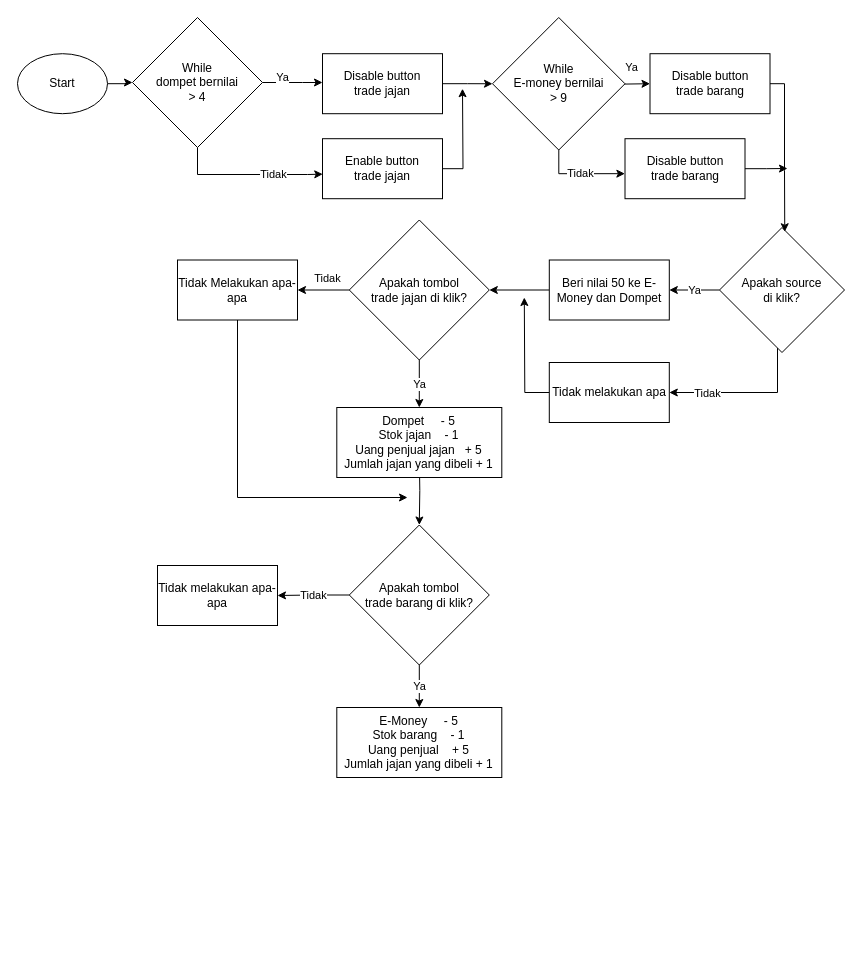
ArisHengkerPro/PENS keeps this draw.io diagram as Machination 2.drawio. Above is the earlier version. Source tidied: cells renumbered, new cells numbered last; positions are measured from the earlier drawing's top-left corner, leaving out a move shared by most shapes. Both pictures are drawn from the tidied source at 100%, with x=0, y=0 at pixel (17, 17).
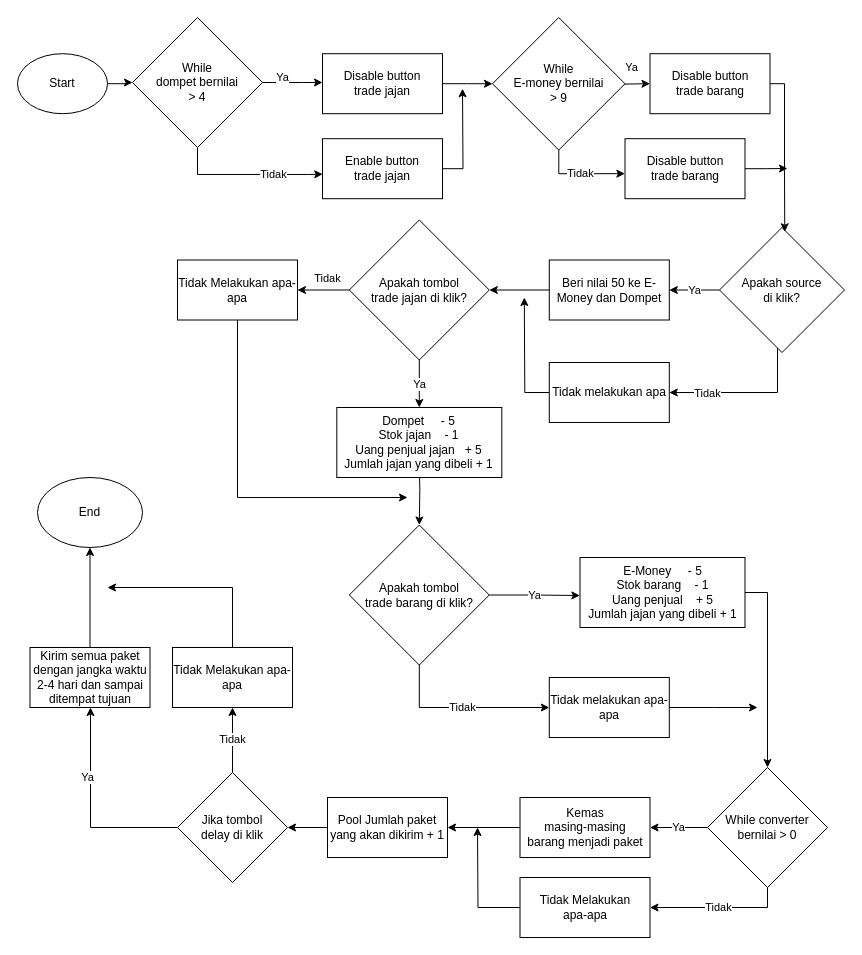
The same diagram, later.

What changed in the source:
```diff
@@
-    <mxCell id="33" value="Ya" style="edgeStyle=orthogonalEdgeStyle;rounded=0;jettySize=auto;html=1;entryX=0.5;entryY=0;entryDx=0;entryDy=0;" parent="1" edge="1" source="35" target="36">
+    <mxCell id="33" value="Ya" style="edgeStyle=orthogonalEdgeStyle;rounded=0;jettySize=auto;html=1;entryX=-0.001;entryY=0.543;entryDx=0;entryDy=0;entryPerimeter=0;" parent="1" edge="1" source="35" target="36">
       <mxGeometry relative="1" as="geometry" />
     </mxCell>
+    <mxCell id="38" value="Tidak" style="edgeStyle=orthogonalEdgeStyle;rounded=0;jettySize=auto;html=1;" parent="1" edge="1" source="35" target="37">
+      <mxGeometry relative="1" as="geometry">
+        <Array as="points">
+          <mxPoint x="402" y="690" />
+        </Array>
+      </mxGeometry>
+    </mxCell>
+    <mxCell id="35" value="Apakah tombol &lt;br&gt;trade barang di klik?" style="rhombus;whiteSpace=wrap;html=1;" parent="1" vertex="1">
+      <mxGeometry x="331.8" y="507.5" width="140" height="140" as="geometry" />
+    </mxCell>
+    <mxCell id="39" style="edgeStyle=orthogonalEdgeStyle;rounded=0;jettySize=auto;html=1;entryX=0.5;entryY=0;entryDx=0;entryDy=0;" parent="1" edge="1" source="36" target="42">
+      <mxGeometry relative="1" as="geometry">
+        <Array as="points">
+          <mxPoint x="750" y="575" />
+        </Array>
+      </mxGeometry>
+    </mxCell>
+    <mxCell id="36" value="E-Money &lt;span style=&quot;white-space: pre&quot;&gt; &lt;/span&gt;&lt;span style=&quot;white-space: pre&quot;&gt; &lt;/span&gt;&lt;span style=&quot;white-space: pre&quot;&gt; &lt;/span&gt;&lt;span style=&quot;white-space: pre&quot;&gt; &lt;/span&gt;- 5&lt;br&gt;Stok barang &lt;span style=&quot;white-space: pre&quot;&gt; &lt;/span&gt;&lt;span style=&quot;white-space: pre&quot;&gt; &lt;/span&gt;&lt;span style=&quot;white-space: pre&quot;&gt; &lt;/span&gt;- 1&lt;br&gt;Uang penjual &lt;span style=&quot;white-space: pre&quot;&gt; &lt;/span&gt;&lt;span style=&quot;white-space: pre&quot;&gt; &lt;/span&gt;&lt;span style=&quot;white-space: pre&quot;&gt; &lt;/span&gt;+ 5&lt;br&gt;Jumlah jajan yang dibeli + 1" style="rounded=0;whiteSpace=wrap;html=1;" parent="1" vertex="1">
+      <mxGeometry x="562.5" y="540" width="165" height="70" as="geometry" />
+    </mxCell>
+    <mxCell id="40" style="edgeStyle=orthogonalEdgeStyle;rounded=0;jettySize=auto;html=1;" parent="1" edge="1" source="37">
+      <mxGeometry relative="1" as="geometry">
+        <mxPoint x="740" y="690" as="targetPoint" />
+      </mxGeometry>
+    </mxCell>
+    <mxCell id="37" value="Tidak melakukan apa-apa" style="rounded=0;whiteSpace=wrap;html=1;" parent="1" vertex="1">
+      <mxGeometry x="531.8" y="660" width="120" height="60" as="geometry" />
+    </mxCell>
+    <mxCell id="41" value="Ya" style="edgeStyle=orthogonalEdgeStyle;rounded=0;jettySize=auto;html=1;entryX=1;entryY=0.5;entryDx=0;entryDy=0;" parent="1" edge="1" source="42" target="44">
+      <mxGeometry relative="1" as="geometry" />
+    </mxCell>
-    <mxCell id="34" value="Tidak" style="edgeStyle=orthogonalEdgeStyle;rounded=0;jettySize=auto;html=1;entryX=1;entryY=0.5;entryDx=0;entryDy=0;" parent="1" edge="1" source="35" target="37">
-      <mxGeometry relative="1" as="geometry" />
+    <mxCell id="34" value="Tidak" style="edgeStyle=orthogonalEdgeStyle;rounded=0;jettySize=auto;html=1;entryX=1;entryY=0.5;entryDx=0;entryDy=0;" parent="1" edge="1" source="42" target="46">
+      <mxGeometry relative="1" as="geometry">
+        <Array as="points">
+          <mxPoint x="750" y="890" />
+        </Array>
+      </mxGeometry>
     </mxCell>
-    <mxCell id="35" value="Apakah tombol &lt;br&gt;trade barang di klik?" style="rhombus;whiteSpace=wrap;html=1;" parent="1" vertex="1">
-      <mxGeometry x="331.8" y="507.5" width="140" height="140" as="geometry" />
-    </mxCell>
-    <mxCell id="36" value="E-Money &lt;span style=&quot;white-space: pre&quot;&gt; &lt;/span&gt;&lt;span style=&quot;white-space: pre&quot;&gt; &lt;/span&gt;&lt;span style=&quot;white-space: pre&quot;&gt; &lt;/span&gt;&lt;span style=&quot;white-space: pre&quot;&gt; &lt;/span&gt;- 5&lt;br&gt;Stok barang &lt;span style=&quot;white-space: pre&quot;&gt; &lt;/span&gt;&lt;span style=&quot;white-space: pre&quot;&gt; &lt;/span&gt;&lt;span style=&quot;white-space: pre&quot;&gt; &lt;/span&gt;- 1&lt;br&gt;Uang penjual &lt;span style=&quot;white-space: pre&quot;&gt; &lt;/span&gt;&lt;span style=&quot;white-space: pre&quot;&gt; &lt;/span&gt;&lt;span style=&quot;white-space: pre&quot;&gt; &lt;/span&gt;+ 5&lt;br&gt;Jumlah jajan yang dibeli + 1" style="rounded=0;whiteSpace=wrap;html=1;" parent="1" vertex="1">
-      <mxGeometry x="319.3" y="690" width="165" height="70" as="geometry" />
-    </mxCell>
-    <mxCell id="37" value="Tidak melakukan apa-apa" style="rounded=0;whiteSpace=wrap;html=1;" parent="1" vertex="1">
-      <mxGeometry x="140" y="548" width="120" height="60" as="geometry" />
-    </mxCell>
+    <mxCell id="42" value="While converter bernilai &amp;gt; 0" style="rhombus;whiteSpace=wrap;html=1;" parent="1" vertex="1">
+      <mxGeometry x="690" y="750" width="120" height="120" as="geometry" />
+    </mxCell>
+    <mxCell id="43" style="edgeStyle=orthogonalEdgeStyle;rounded=0;jettySize=auto;html=1;" parent="1" edge="1" source="44" target="48">
+      <mxGeometry relative="1" as="geometry" />
+    </mxCell>
+    <mxCell id="44" value="Kemas &lt;br&gt;masing-masing &lt;br&gt;barang menjadi paket" style="rounded=0;whiteSpace=wrap;html=1;" parent="1" vertex="1">
+      <mxGeometry x="502.5" y="780" width="130" height="60" as="geometry" />
+    </mxCell>
+    <mxCell id="45" style="edgeStyle=orthogonalEdgeStyle;rounded=0;jettySize=auto;html=1;" parent="1" edge="1" source="46">
+      <mxGeometry relative="1" as="geometry">
+        <mxPoint x="460" y="810" as="targetPoint" />
+      </mxGeometry>
+    </mxCell>
+    <mxCell id="46" value="Tidak Melakukan &lt;br&gt;apa-apa" style="rounded=0;whiteSpace=wrap;html=1;" parent="1" vertex="1">
+      <mxGeometry x="502.5" y="860" width="130" height="60" as="geometry" />
+    </mxCell>
+    <mxCell id="47" style="edgeStyle=orthogonalEdgeStyle;rounded=0;jettySize=auto;html=1;" parent="1" edge="1" source="48" target="51">
+      <mxGeometry relative="1" as="geometry" />
+    </mxCell>
+    <mxCell id="48" value="Pool Jumlah paket yang akan dikirim + 1" style="rounded=0;whiteSpace=wrap;html=1;" parent="1" vertex="1">
+      <mxGeometry x="310" y="780" width="120" height="60" as="geometry" />
+    </mxCell>
+    <mxCell id="49" value="Ya" style="edgeStyle=orthogonalEdgeStyle;rounded=0;jettySize=auto;html=1;" parent="1" edge="1" source="51" target="53">
+      <mxGeometry x="0.32" y="3" relative="1" as="geometry">
+        <Array as="points">
+          <mxPoint x="73" y="810" />
+        </Array>
+      </mxGeometry>
+    </mxCell>
+    <mxCell id="50" value="Tidak" style="edgeStyle=orthogonalEdgeStyle;rounded=0;jettySize=auto;html=1;" parent="1" edge="1" source="51" target="56">
+      <mxGeometry relative="1" as="geometry" />
+    </mxCell>
+    <mxCell id="51" value="Jika tombol &lt;br&gt;delay di klik" style="rhombus;whiteSpace=wrap;html=1;" parent="1" vertex="1">
+      <mxGeometry x="160" y="755" width="110" height="110" as="geometry" />
+    </mxCell>
+    <mxCell id="52" style="edgeStyle=orthogonalEdgeStyle;rounded=0;jettySize=auto;html=1;entryX=0.5;entryY=1;entryDx=0;entryDy=0;" parent="1" edge="1" source="53" target="54">
+      <mxGeometry relative="1" as="geometry" />
+    </mxCell>
+    <mxCell id="53" value="Kirim semua paket dengan jangka waktu 2-4 hari dan sampai ditempat tujuan" style="rounded=0;whiteSpace=wrap;html=1;" parent="1" vertex="1">
+      <mxGeometry x="12.5" y="630" width="120" height="60" as="geometry" />
+    </mxCell>
+    <mxCell id="54" value="End" style="ellipse;whiteSpace=wrap;html=1;" parent="1" vertex="1">
+      <mxGeometry x="20" y="460" width="105" height="70" as="geometry" />
+    </mxCell>
+    <mxCell id="55" style="edgeStyle=orthogonalEdgeStyle;rounded=0;jettySize=auto;html=1;" parent="1" edge="1" source="56">
+      <mxGeometry relative="1" as="geometry">
+        <mxPoint x="90" y="570" as="targetPoint" />
+        <Array as="points">
+          <mxPoint x="215" y="570" />
+        </Array>
+      </mxGeometry>
+    </mxCell>
+    <mxCell id="56" value="Tidak Melakukan apa-apa" style="rounded=0;whiteSpace=wrap;html=1;" parent="1" vertex="1">
+      <mxGeometry x="155" y="630" width="120" height="60" as="geometry" />
+    </mxCell>
```
